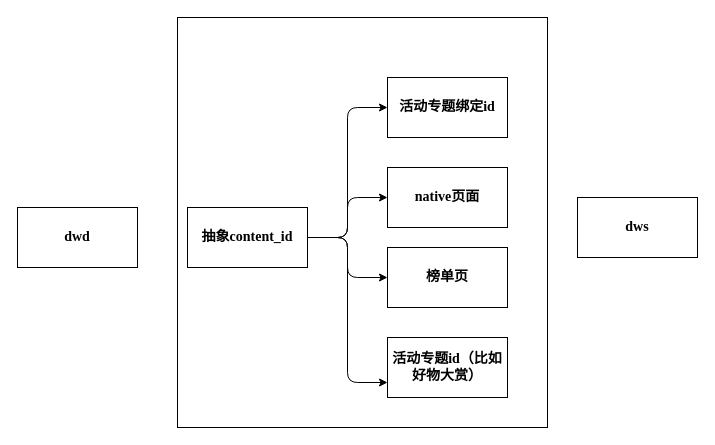
This is 栏目重构.drawio from mineminemine123/work-wiki, a draw.io file, before an edit. Source tidied: cells renumbered, new cells numbered last; positions are measured from the earlier drawing's top-left corner, leaving out a move shared by most shapes. Both pictures are drawn from the tidied source at 100%, with x=0, y=0 at pixel (17, 17).
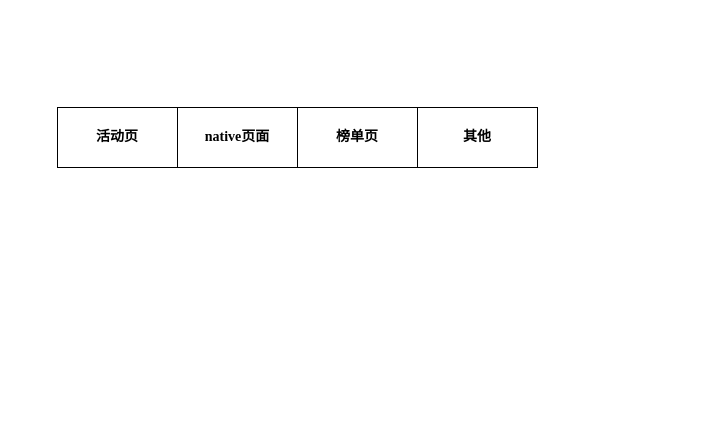
The same diagram, later.

Commit message (it also covers changes not shown here):
更新栏目重构.drawio

What changed in the source:
```diff
@@
 <mxGraphModel>
   <root>
     <mxCell id="0" />
     <mxCell id="1" parent="0" />
-    <mxCell id="2" style="rounded=0;whiteSpace=wrap;html=1;sketch=0;fontStyle=1;fontFamily=Times New Roman;fontSize=14;" parent="1" vertex="1">
-      <mxGeometry x="160" width="370" height="410" as="geometry" />
-    </mxCell>
-    <mxCell id="3" style="edgeStyle=orthogonalEdgeStyle;curved=0;rounded=1;sketch=0;jettySize=auto;html=1;exitX=1;exitY=0.5;exitDx=0;exitDy=0;entryX=0;entryY=0.5;entryDx=0;entryDy=0;fontStyle=1;fontFamily=Times New Roman;fontSize=14;" parent="1" edge="1" source="7" target="8">
-      <mxGeometry relative="1" as="geometry" />
-    </mxCell>
-    <mxCell id="4" style="edgeStyle=orthogonalEdgeStyle;curved=0;rounded=1;sketch=0;jettySize=auto;html=1;exitX=1;exitY=0.5;exitDx=0;exitDy=0;entryX=0;entryY=0.5;entryDx=0;entryDy=0;fontStyle=1;fontFamily=Times New Roman;fontSize=14;" parent="1" edge="1" source="7" target="11">
-      <mxGeometry relative="1" as="geometry" />
-    </mxCell>
-    <mxCell id="5" style="edgeStyle=orthogonalEdgeStyle;curved=0;rounded=1;sketch=0;jettySize=auto;html=1;exitX=1;exitY=0.5;exitDx=0;exitDy=0;entryX=0;entryY=0.5;entryDx=0;entryDy=0;fontStyle=1;fontFamily=Times New Roman;fontSize=14;" parent="1" edge="1" source="7" target="10">
-      <mxGeometry relative="1" as="geometry" />
-    </mxCell>
-    <mxCell id="6" style="edgeStyle=orthogonalEdgeStyle;curved=0;rounded=1;sketch=0;jettySize=auto;html=1;exitX=1;exitY=0.5;exitDx=0;exitDy=0;entryX=0;entryY=0.75;entryDx=0;entryDy=0;fontStyle=1;fontFamily=Times New Roman;fontSize=14;" parent="1" edge="1" source="7" target="9">
-      <mxGeometry relative="1" as="geometry" />
-    </mxCell>
-    <mxCell id="7" value="抽象content_id" style="rounded=0;whiteSpace=wrap;html=1;sketch=0;fontStyle=1;fontFamily=Times New Roman;fontSize=14;" parent="1" vertex="1">
-      <mxGeometry x="170" y="190" width="120" height="60" as="geometry" />
-    </mxCell>
-    <mxCell id="8" value="&lt;div class=&quot;okr-block-clipboard&quot; style=&quot;font-size: 14px;&quot;&gt;&lt;/div&gt;&lt;div style=&quot;font-size: 14px;&quot;&gt;活动专题绑定id&lt;/div&gt;" style="rounded=0;whiteSpace=wrap;html=1;sketch=0;fontStyle=1;fontFamily=Times New Roman;fontSize=14;" parent="1" vertex="1">
-      <mxGeometry x="370" y="60" width="120" height="60" as="geometry" />
+    <mxCell id="8" value="&lt;div class=&quot;okr-block-clipboard&quot; style=&quot;font-size: 14px&quot;&gt;&lt;/div&gt;&lt;div style=&quot;font-size: 14px&quot;&gt;活动页&lt;/div&gt;" style="rounded=0;whiteSpace=wrap;html=1;sketch=0;fontStyle=1;fontFamily=Times New Roman;fontSize=14;" parent="1" vertex="1">
+      <mxGeometry x="40" y="90" width="120" height="60" as="geometry" />
     </mxCell>
-    <mxCell id="9" value="&#10;&#10;&lt;div class=&quot;okr-block-clipboard&quot; style=&quot;font-size: 14px;&quot;&gt;&lt;/div&gt;&lt;div style=&quot;font-size: 14px;&quot;&gt;活动专题id（比如好物大赏）&lt;/div&gt;&#10;&#10;" style="rounded=0;whiteSpace=wrap;html=1;sketch=0;fontStyle=1;fontFamily=Times New Roman;fontSize=14;" parent="1" vertex="1">
-      <mxGeometry x="370" y="320" width="120" height="60" as="geometry" />
-    </mxCell>
     <mxCell id="10" value="&lt;div class=&quot;okr-block-clipboard&quot; style=&quot;font-size: 14px;&quot;&gt;&lt;/div&gt;&lt;div style=&quot;font-size: 14px;&quot;&gt;native页面&lt;/div&gt;" style="rounded=0;whiteSpace=wrap;html=1;sketch=0;fontStyle=1;fontFamily=Times New Roman;fontSize=14;" parent="1" vertex="1">
-      <mxGeometry x="370" y="150" width="120" height="60" as="geometry" />
+      <mxGeometry x="160" y="90" width="120" height="60" as="geometry" />
     </mxCell>
     <mxCell id="11" value="&lt;div class=&quot;okr-block-clipboard&quot; style=&quot;font-size: 14px;&quot;&gt;&lt;/div&gt;&lt;div style=&quot;font-size: 14px;&quot;&gt;榜单页&lt;/div&gt;" style="rounded=0;whiteSpace=wrap;html=1;sketch=0;fontStyle=1;fontFamily=Times New Roman;fontSize=14;" parent="1" vertex="1">
-      <mxGeometry x="370" y="230" width="120" height="60" as="geometry" />
+      <mxGeometry x="280" y="90" width="120" height="60" as="geometry" />
     </mxCell>
-    <mxCell id="12" value="dwd" style="rounded=0;whiteSpace=wrap;html=1;sketch=0;fontStyle=1;fontFamily=Times New Roman;fontSize=14;" parent="1" vertex="1">
-      <mxGeometry y="190" width="120" height="60" as="geometry" />
-    </mxCell>
-    <mxCell id="13" value="dws" style="rounded=0;whiteSpace=wrap;html=1;sketch=0;fontStyle=1;fontFamily=Times New Roman;fontSize=14;" parent="1" vertex="1">
-      <mxGeometry x="560" y="180" width="120" height="60" as="geometry" />
-    </mxCell>
+    <mxCell id="14" value="&lt;div class=&quot;okr-block-clipboard&quot; style=&quot;font-size: 14px&quot;&gt;&lt;/div&gt;&lt;div style=&quot;font-size: 14px&quot;&gt;其他&lt;/div&gt;" style="rounded=0;whiteSpace=wrap;html=1;sketch=0;fontStyle=1;fontFamily=Times New Roman;fontSize=14;" parent="1" vertex="1">
+      <mxGeometry x="400" y="90" width="120" height="60" as="geometry" />
+    </mxCell>
   </root>
 </mxGraphModel>
```
